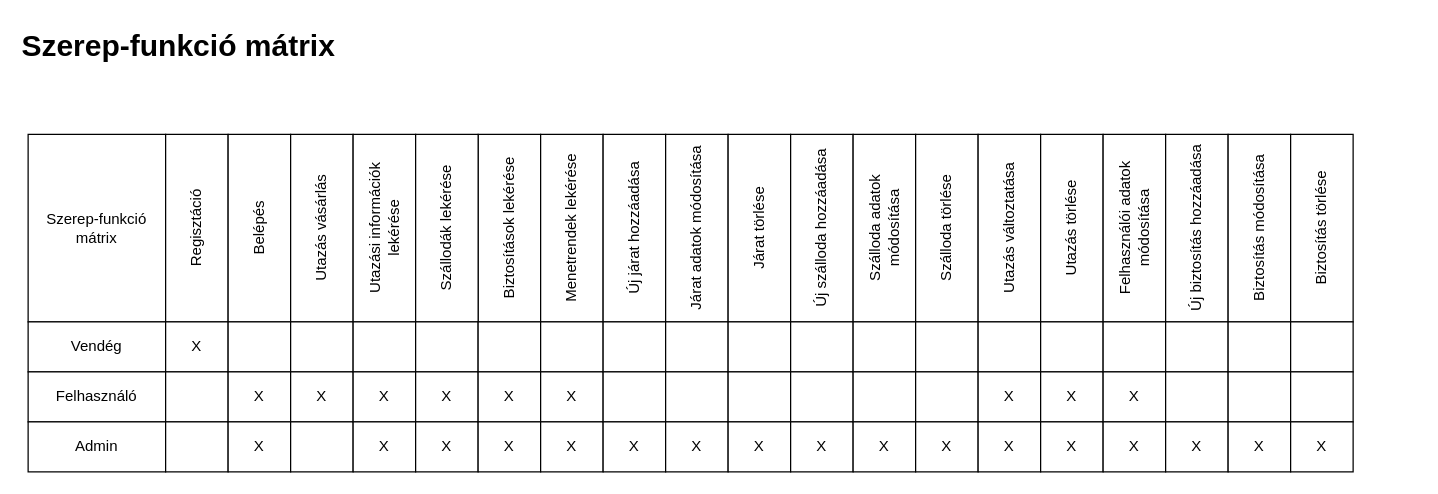
Above: page "Szerep-funkció mátrix" (5 of 9) of docs/utazasi_iroda.drawio in Skrivoo/utazasi-iroda-project (draw.io), before the change. Source tidied: cells renumbered, new cells numbered last; positions are measured from the earlier drawing's top-left corner, leaving out a move shared by most shapes. Both pictures are drawn from the tidied source at 125%, with x=0, y=0 at pixel (28, 21).
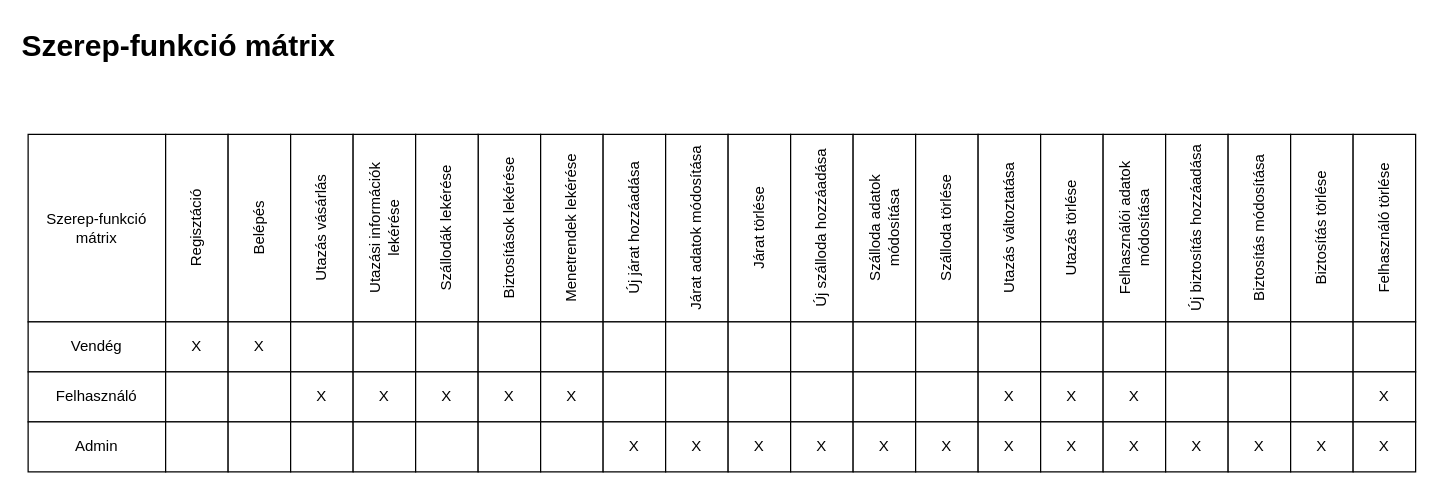
After the change.

Diff of the diagram source:
```diff
@@
-    <mxCell id="29" style="rounded=0;whiteSpace=wrap;html=1;" parent="1" vertex="1">
-      <mxGeometry x="160" y="240" width="50" height="40" as="geometry" />
-    </mxCell>
-    <mxCell id="30" value="X" style="rounded=0;whiteSpace=wrap;html=1;" parent="1" vertex="1">
-      <mxGeometry x="160" y="280" width="50" height="40" as="geometry" />
-    </mxCell>
-    <mxCell id="31" value="X" style="rounded=0;whiteSpace=wrap;html=1;" parent="1" vertex="1">
-      <mxGeometry x="160" y="320" width="50" height="40" as="geometry" />
-    </mxCell>
+    <mxCell id="83" value="X" style="rounded=0;whiteSpace=wrap;html=1;" parent="1" vertex="1">
+      <mxGeometry x="160" y="240" width="50" height="40" as="geometry" />
+    </mxCell>
+    <mxCell id="84" style="rounded=0;whiteSpace=wrap;html=1;" parent="1" vertex="1">
+      <mxGeometry x="160" y="280" width="50" height="40" as="geometry" />
+    </mxCell>
+    <mxCell id="85" style="rounded=0;whiteSpace=wrap;html=1;" parent="1" vertex="1">
+      <mxGeometry x="160" y="320" width="50" height="40" as="geometry" />
+    </mxCell>
@@
-    <mxCell id="37" value="X" style="rounded=0;whiteSpace=wrap;html=1;" parent="1" vertex="1">
-      <mxGeometry x="260" y="320" width="50" height="40" as="geometry" />
-    </mxCell>
+    <mxCell id="86" style="rounded=0;whiteSpace=wrap;html=1;" parent="1" vertex="1">
+      <mxGeometry x="260" y="320" width="50" height="40" as="geometry" />
+    </mxCell>
@@
-    <mxCell id="40" value="X" style="rounded=0;whiteSpace=wrap;html=1;" parent="1" vertex="1">
-      <mxGeometry x="310" y="320" width="50" height="40" as="geometry" />
-    </mxCell>
+    <mxCell id="87" style="rounded=0;whiteSpace=wrap;html=1;" parent="1" vertex="1">
+      <mxGeometry x="310" y="320" width="50" height="40" as="geometry" />
+    </mxCell>
@@
-    <mxCell id="43" value="X" style="rounded=0;whiteSpace=wrap;html=1;" parent="1" vertex="1">
-      <mxGeometry x="360" y="320" width="50" height="40" as="geometry" />
-    </mxCell>
+    <mxCell id="88" style="rounded=0;whiteSpace=wrap;html=1;" parent="1" vertex="1">
+      <mxGeometry x="360" y="320" width="50" height="40" as="geometry" />
+    </mxCell>
@@
-    <mxCell id="46" value="X" style="rounded=0;whiteSpace=wrap;html=1;" parent="1" vertex="1">
-      <mxGeometry x="410" y="320" width="50" height="40" as="geometry" />
-    </mxCell>
+    <mxCell id="89" style="rounded=0;whiteSpace=wrap;html=1;" parent="1" vertex="1">
+      <mxGeometry x="410" y="320" width="50" height="40" as="geometry" />
+    </mxCell>
@@
+    <mxCell id="90" value="Felhasználó törlése" style="rounded=0;whiteSpace=wrap;html=1;rotation=-90;" parent="1" vertex="1">
+      <mxGeometry x="1010" y="140" width="150" height="50" as="geometry" />
+    </mxCell>
+    <mxCell id="91" style="rounded=0;whiteSpace=wrap;html=1;" parent="1" vertex="1">
+      <mxGeometry x="1060" y="240" width="50" height="40" as="geometry" />
+    </mxCell>
+    <mxCell id="92" value="X" style="rounded=0;whiteSpace=wrap;html=1;" parent="1" vertex="1">
+      <mxGeometry x="1060" y="280" width="50" height="40" as="geometry" />
+    </mxCell>
+    <mxCell id="93" value="X" style="rounded=0;whiteSpace=wrap;html=1;" parent="1" vertex="1">
+      <mxGeometry x="1060" y="320" width="50" height="40" as="geometry" />
+    </mxCell>
```
